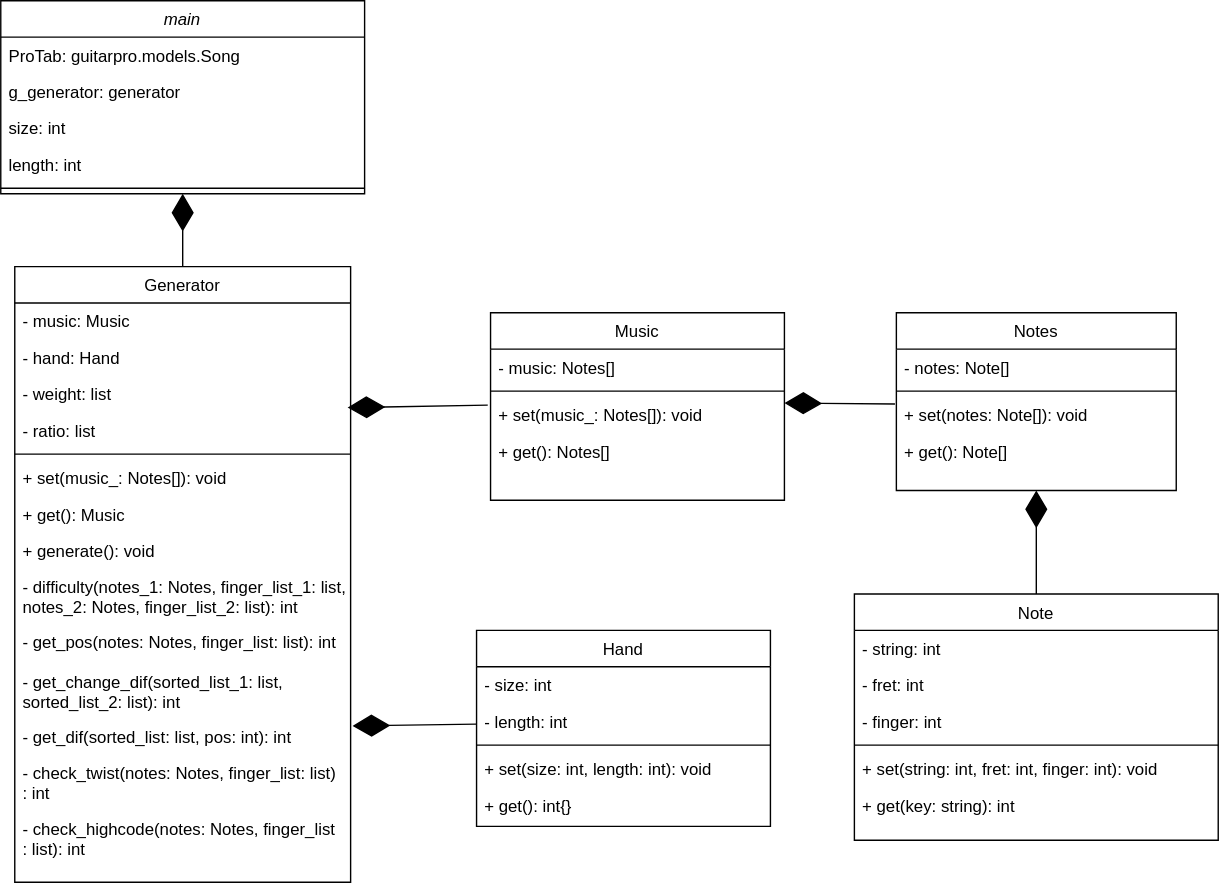
Before: docs/diagram/guitar_fingering_generator.svg, a diagram exported from draw.io (boy-min/Guitar-Fingering-Generator). Source tidied: cells renumbered, new cells last; positions are measured from the earlier drawing's top-left corner, leaving out a move shared by most shapes.
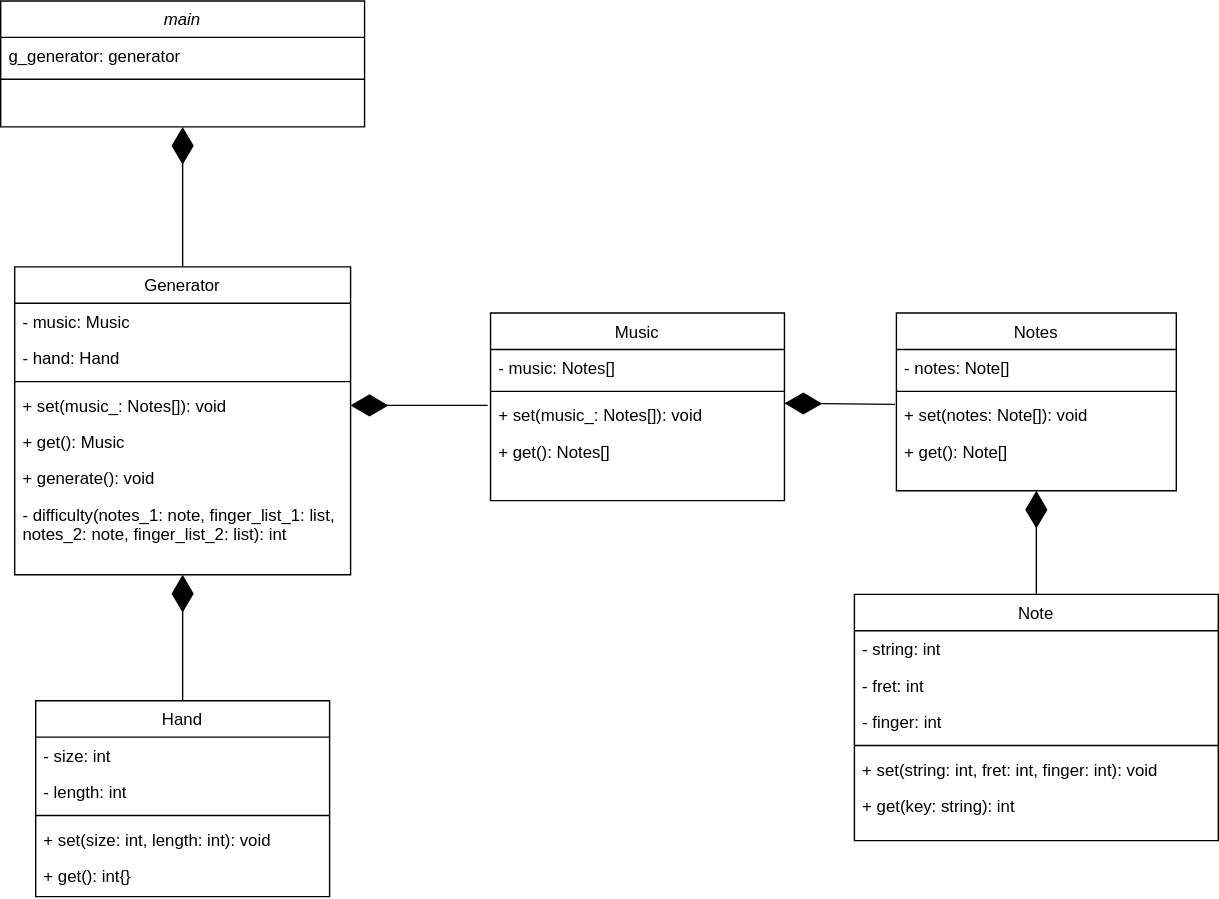
Above is the later version.

What changed in the source:
```diff
@@ -3,22 +3,13 @@
     <mxCell id="0" />
     <mxCell id="1" parent="0" />
     <mxCell id="2" value="main" style="swimlane;fontStyle=2;align=center;verticalAlign=top;horizontal=1;startSize=26;rounded=0;shadow=0;strokeWidth=1;" parent="1" vertex="1">
-      <mxGeometry width="260" height="138" as="geometry" />
+      <mxGeometry width="260" height="90" as="geometry" />
     </mxCell>
-    <mxCell id="3" value="ProTab: guitarpro.models.Song" style="text;align=left;verticalAlign=top;spacingLeft=4;spacingRight=4;overflow=hidden;" parent="2" vertex="1">
-      <mxGeometry y="26" width="260" height="26" as="geometry" />
-    </mxCell>
     <mxCell id="4" value="g_generator: generator" style="text;align=left;verticalAlign=top;spacingLeft=4;spacingRight=4;overflow=hidden;" parent="2" vertex="1">
-      <mxGeometry y="52" width="260" height="26" as="geometry" />
+      <mxGeometry y="26" width="260" height="26" as="geometry" />
     </mxCell>
-    <mxCell id="5" value="size: int" style="text;align=left;verticalAlign=top;spacingLeft=4;spacingRight=4;overflow=hidden;" parent="2" vertex="1">
-      <mxGeometry y="78" width="260" height="26" as="geometry" />
-    </mxCell>
-    <mxCell id="6" value="length: int" style="text;align=left;verticalAlign=top;spacingLeft=4;spacingRight=4;overflow=hidden;" parent="2" vertex="1">
-      <mxGeometry y="104" width="260" height="26" as="geometry" />
-    </mxCell>
     <mxCell id="7" style="line;html=1;strokeWidth=1;align=left;verticalAlign=middle;spacingTop=-1;spacingLeft=3;spacingRight=3;labelPosition=right;" parent="2" vertex="1">
-      <mxGeometry y="130" width="260" height="8" as="geometry" />
+      <mxGeometry y="52" width="260" height="8" as="geometry" />
     </mxCell>
     <mxCell id="8" value="Notes" style="swimlane;fontStyle=0;align=center;verticalAlign=top;horizontal=1;startSize=26;rounded=0;shadow=0;strokeWidth=1;" parent="1" vertex="1">
       <mxGeometry x="640" y="223" width="200" height="127" as="geometry" />
@@ -72,7 +63,7 @@
       <mxGeometry y="138" width="260" height="26" as="geometry" />
     </mxCell>
     <mxCell id="25" value="Hand" style="swimlane;fontStyle=0;align=center;verticalAlign=top;horizontal=1;startSize=26;rounded=0;shadow=0;strokeWidth=1;" parent="1" vertex="1">
-      <mxGeometry x="340" y="450" width="210" height="140" as="geometry" />
+      <mxGeometry x="25" y="500" width="210" height="140" as="geometry" />
     </mxCell>
     <mxCell id="26" value="- size: int" style="text;align=left;verticalAlign=top;spacingLeft=4;spacingRight=4;overflow=hidden;" parent="25" vertex="1">
       <mxGeometry y="26" width="210" height="26" as="geometry" />
@@ -90,7 +81,7 @@
       <mxGeometry y="112" width="210" height="26" as="geometry" />
     </mxCell>
     <mxCell id="31" value="Generator" style="swimlane;fontStyle=0;align=center;verticalAlign=top;horizontal=1;startSize=26;rounded=0;shadow=0;strokeWidth=1;" parent="1" vertex="1">
-      <mxGeometry x="10" y="190" width="240" height="440" as="geometry" />
+      <mxGeometry x="10" y="190" width="240" height="220" as="geometry" />
     </mxCell>
     <mxCell id="32" value="- music: Music" style="text;align=left;verticalAlign=top;spacingLeft=4;spacingRight=4;overflow=hidden;" parent="31" vertex="1">
       <mxGeometry y="26" width="240" height="26" as="geometry" />
@@ -98,46 +89,30 @@
     <mxCell id="33" value="- hand: Hand" style="text;align=left;verticalAlign=top;spacingLeft=4;spacingRight=4;overflow=hidden;" parent="31" vertex="1">
       <mxGeometry y="52" width="240" height="26" as="geometry" />
     </mxCell>
-    <mxCell id="34" value="- weight: list" style="text;align=left;verticalAlign=top;spacingLeft=4;spacingRight=4;overflow=hidden;" parent="31" vertex="1">
-      <mxGeometry y="78" width="240" height="26" as="geometry" />
-    </mxCell>
-    <mxCell id="35" value="- ratio: list" style="text;align=left;verticalAlign=top;spacingLeft=4;spacingRight=4;overflow=hidden;points=[[0,0.5],[1,0.5]];portConstraint=eastwest;" parent="31" vertex="1">
-      <mxGeometry y="104" width="240" height="26" as="geometry" />
-    </mxCell>
     <mxCell id="36" style="line;html=1;strokeWidth=1;align=left;verticalAlign=middle;spacingTop=-1;spacingLeft=3;spacingRight=3;labelPosition=right;" parent="31" vertex="1">
-      <mxGeometry y="130" width="240" height="8" as="geometry" />
+      <mxGeometry y="78" width="240" height="8" as="geometry" />
     </mxCell>
     <mxCell id="37" value="+ set(music_: Notes[]): void" style="text;align=left;verticalAlign=top;spacingLeft=4;spacingRight=4;overflow=hidden;points=[[0,0.5],[1,0.5]];portConstraint=eastwest;" parent="31" vertex="1">
-      <mxGeometry y="138" width="240" height="26" as="geometry" />
+      <mxGeometry y="86" width="240" height="26" as="geometry" />
     </mxCell>
     <mxCell id="38" value="+ get(): Music" style="text;align=left;verticalAlign=top;spacingLeft=4;spacingRight=4;overflow=hidden;" parent="31" vertex="1">
-      <mxGeometry y="164" width="240" height="26" as="geometry" />
+      <mxGeometry y="112" width="240" height="26" as="geometry" />
     </mxCell>
     <mxCell id="39" value="+ generate(): void" style="text;align=left;verticalAlign=top;spacingLeft=4;spacingRight=4;overflow=hidden;" parent="31" vertex="1">
-      <mxGeometry y="190" width="240" height="26" as="geometry" />
+      <mxGeometry y="138" width="240" height="26" as="geometry" />
     </mxCell>
-    <mxCell id="40" value="- difficulty(notes_1: Notes, finger_list_1: list,&#10;notes_2: Notes, finger_list_2: list): int" style="text;align=left;verticalAlign=top;spacingLeft=4;spacingRight=4;overflow=hidden;" parent="31" vertex="1">
-      <mxGeometry y="216" width="240" height="39" as="geometry" />
+    <mxCell id="40" value="- difficulty(notes_1: note, finger_list_1: list,&#10;notes_2: note, finger_list_2: list): int" style="text;align=left;verticalAlign=top;spacingLeft=4;spacingRight=4;overflow=hidden;" parent="31" vertex="1">
+      <mxGeometry y="164" width="240" height="46" as="geometry" />
     </mxCell>
-    <mxCell id="41" value="- get_pos(notes: Notes, finger_list: list): int" style="text;align=left;verticalAlign=top;spacingLeft=4;spacingRight=4;overflow=hidden;" parent="31" vertex="1">
-      <mxGeometry y="255" width="240" height="29" as="geometry" />
-    </mxCell>
-    <mxCell id="42" value="- get_change_dif(sorted_list_1: list,&#10;sorted_list_2: list): int" style="text;align=left;verticalAlign=top;spacingLeft=4;spacingRight=4;overflow=hidden;points=[[0,0.5],[1,0.5]];portConstraint=eastwest;" parent="31" vertex="1">
-      <mxGeometry y="284" width="240" height="39" as="geometry" />
-    </mxCell>
-    <mxCell id="43" value="- get_dif(sorted_list: list, pos: int): int" style="text;align=left;verticalAlign=top;spacingLeft=4;spacingRight=4;overflow=hidden;" parent="31" vertex="1">
-      <mxGeometry y="323" width="240" height="26" as="geometry" />
-    </mxCell>
-    <mxCell id="44" value="- check_twist(notes: Notes, finger_list: list)&#10;: int" style="text;align=left;verticalAlign=top;spacingLeft=4;spacingRight=4;overflow=hidden;" parent="31" vertex="1">
-      <mxGeometry y="349" width="240" height="40" as="geometry" />
-    </mxCell>
-    <mxCell id="45" value="- check_highcode(notes: Notes, finger_list&#10;: list): int" style="text;align=left;verticalAlign=top;spacingLeft=4;spacingRight=4;overflow=hidden;" parent="31" vertex="1">
-      <mxGeometry y="389" width="240" height="41" as="geometry" />
-    </mxCell>
     <mxCell id="46" style="endArrow=diamondThin;endFill=1;endSize=24;html=1;exitX=0.5;exitY=0;exitDx=0;exitDy=0;entryX=0.5;entryY=1;entryDx=0;entryDy=0;" parent="1" edge="1" source="31" target="2">
       <mxGeometry relative="1" as="geometry" />
     </mxCell>
+    <mxCell id="51" style="endArrow=diamondThin;endFill=1;endSize=24;html=1;exitX=0.5;exitY=0;exitDx=0;exitDy=0;" parent="1" edge="1" source="25">
+      <mxGeometry relative="1" as="geometry">
+        <mxPoint x="130" y="410" as="targetPoint" />
+      </mxGeometry>
+    </mxCell>
-    <mxCell id="47" style="endArrow=diamondThin;endFill=1;endSize=24;html=1;entryX=0.991;entryY=-0.125;entryDx=0;entryDy=0;entryPerimeter=0;" parent="1" edge="1" target="35">
+    <mxCell id="47" style="endArrow=diamondThin;endFill=1;endSize=24;html=1;entryX=1;entryY=0.5;entryDx=0;entryDy=0;" parent="1" edge="1" target="37">
       <mxGeometry relative="1" as="geometry">
         <mxPoint x="348" y="289" as="sourcePoint" />
       </mxGeometry>
@@ -150,10 +125,5 @@
     <mxCell id="49" style="endArrow=diamondThin;endFill=1;endSize=24;html=1;entryX=0.5;entryY=1;entryDx=0;entryDy=0;exitX=0.5;exitY=0;exitDx=0;exitDy=0;" parent="1" edge="1" source="18" target="8">
       <mxGeometry relative="1" as="geometry" />
     </mxCell>
-    <mxCell id="50" style="endArrow=diamondThin;endFill=1;endSize=24;html=1;entryX=1.006;entryY=1.135;entryDx=0;entryDy=0;entryPerimeter=0;" parent="1" edge="1" target="42">
-      <mxGeometry relative="1" as="geometry">
-        <mxPoint x="340" y="517" as="sourcePoint" />
-      </mxGeometry>
-    </mxCell>
   </root>
 </mxGraphModel>
```
